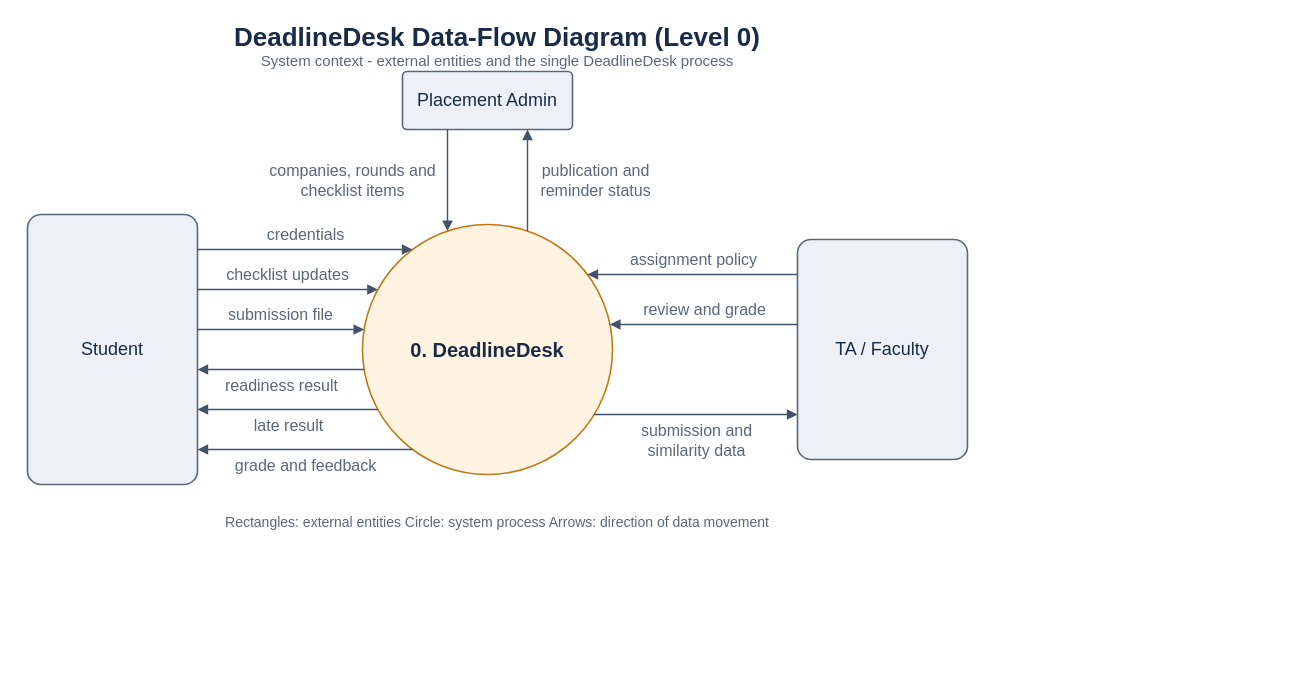
The draw.io diagram project-proposal/figures/dfd-level-0.drawio in aryanorastar/ucs503p-202627-deadlinedesk, before the edit. Source tidied: cells renumbered, new cells numbered last; positions are measured from the earlier drawing's top-left corner, leaving out a move shared by most shapes. Both pictures are drawn from the tidied source at 100%, with x=0, y=0 at pixel (27, 21).
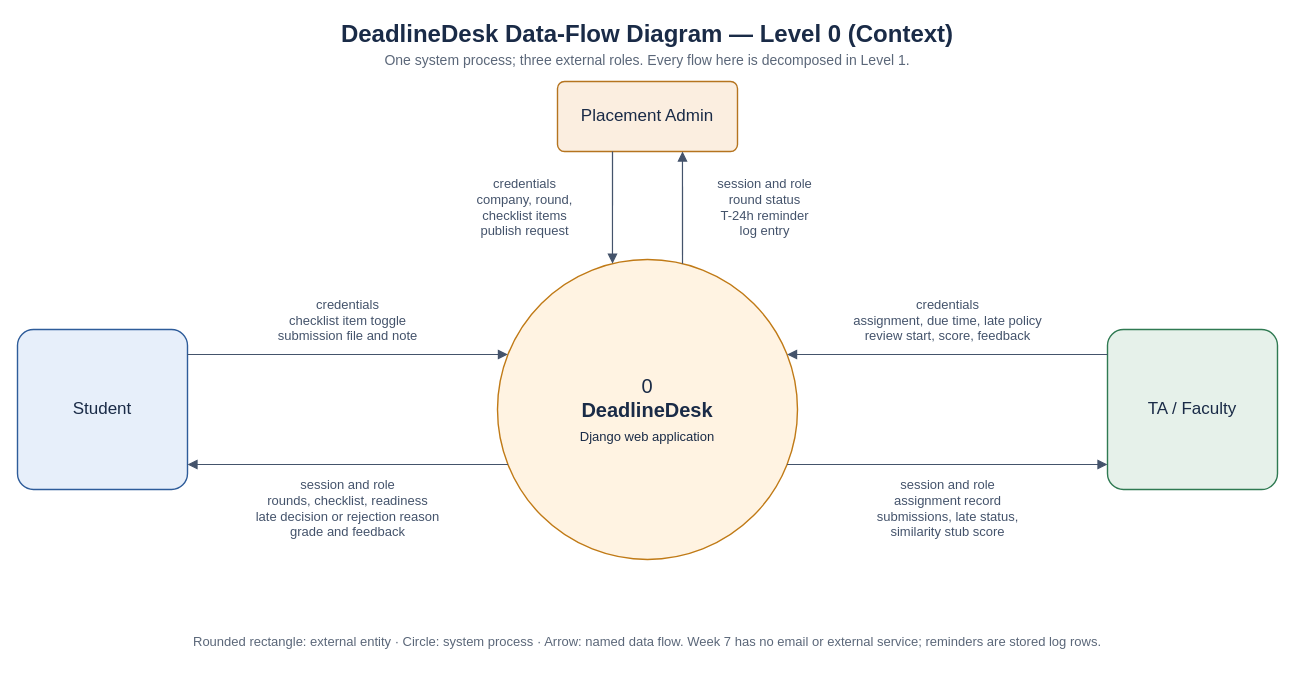
Above is the later version.

The edit, as a diff of the source:
```diff
@@
-    <mxCell id="2" value="DeadlineDesk Data-Flow Diagram (Level 0)" style="text;html=1;whiteSpace=wrap;strokeColor=none;fillColor=none;fontColor=#1A2B47;fontSize=26;fontStyle=1;fontFamily=Helvetica;align=center;verticalAlign=middle;" parent="1" vertex="1">
-      <mxGeometry x="170" width="600" height="32" as="geometry" />
+    <mxCell id="2" value="DeadlineDesk Data-Flow Diagram — Level 0 (Context)" style="text;html=1;whiteSpace=wrap;align=center;verticalAlign=middle;fontFamily=Helvetica;fontSize=24;fontColor=#1A2B47;fontStyle=1;" parent="1" vertex="1">
+      <mxGeometry x="220" y="-4" width="800" height="34" as="geometry" />
     </mxCell>
-    <mxCell id="3" value="System context - external entities and the single DeadlineDesk process" style="text;html=1;whiteSpace=wrap;strokeColor=none;fillColor=none;fontColor=#5B6779;fontSize=15;fontStyle=0;fontFamily=Helvetica;align=center;verticalAlign=middle;" parent="1" vertex="1">
-      <mxGeometry x="120" y="28" width="700" height="22" as="geometry" />
-    </mxCell>
-    <mxCell id="4" value="Placement Admin" style="rounded=1;whiteSpace=wrap;html=1;arcSize=8;fillColor=#EDF1F7;strokeColor=#5B6779;strokeWidth=1.6;fontColor=#1A2B47;fontSize=18;fontStyle=0;fontFamily=Helvetica;verticalAlign=middle;align=center;" parent="1" vertex="1">
-      <mxGeometry x="375" y="50" width="170" height="58" as="geometry" />
-    </mxCell>
+    <mxCell id="31" value="One system process; three external roles. Every flow here is decomposed in Level 1." style="text;html=1;whiteSpace=wrap;align=center;verticalAlign=middle;fontFamily=Helvetica;fontSize=14;fontColor=#5B6779;" parent="1" vertex="1">
+      <mxGeometry x="220" y="28" width="800" height="22" as="geometry" />
+    </mxCell>
+    <mxCell id="32" value="0&lt;br&gt;&lt;b&gt;DeadlineDesk&lt;/b&gt;&lt;br&gt;&lt;span style=&quot;font-size:13px&quot;&gt;Django web application&lt;/span&gt;" style="ellipse;whiteSpace=wrap;html=1;fillColor=#FFF3E2;strokeColor=#C07A16;strokeWidth=1.4;fontFamily=Helvetica;fontColor=#1A2B47;fontSize=20;" parent="1" vertex="1">
+      <mxGeometry x="470" y="238" width="300" height="300" as="geometry" />
+    </mxCell>
-    <mxCell id="5" value="Student" style="rounded=1;whiteSpace=wrap;html=1;arcSize=8;fillColor=#EDF1F7;strokeColor=#5B6779;strokeWidth=1.6;fontColor=#1A2B47;fontSize=18;fontStyle=0;fontFamily=Helvetica;verticalAlign=middle;align=center;" parent="1" vertex="1">
-      <mxGeometry y="193" width="170" height="270" as="geometry" />
+    <mxCell id="5" value="Student" style="rounded=1;arcSize=10;whiteSpace=wrap;html=1;fillColor=#E7EFFA;strokeColor=#2E5C9A;strokeWidth=1.4;fontFamily=Helvetica;fontColor=#1A2B47;fontSize=17;" parent="1" vertex="1">
+      <mxGeometry x="-10" y="308" width="170" height="160" as="geometry" />
     </mxCell>
-    <mxCell id="6" value="TA / Faculty" style="rounded=1;whiteSpace=wrap;html=1;arcSize=8;fillColor=#EDF1F7;strokeColor=#5B6779;strokeWidth=1.6;fontColor=#1A2B47;fontSize=18;fontStyle=0;fontFamily=Helvetica;verticalAlign=middle;align=center;" parent="1" vertex="1">
-      <mxGeometry x="770" y="218" width="170" height="220" as="geometry" />
+    <mxCell id="6" value="TA / Faculty" style="rounded=1;arcSize=10;whiteSpace=wrap;html=1;fillColor=#E6F1EA;strokeColor=#2F7A52;strokeWidth=1.4;fontFamily=Helvetica;fontColor=#1A2B47;fontSize=17;" parent="1" vertex="1">
+      <mxGeometry x="1080" y="308" width="170" height="160" as="geometry" />
     </mxCell>
-    <mxCell id="7" value="0. DeadlineDesk" style="ellipse;whiteSpace=wrap;html=1;fillColor=#FFF3E2;strokeColor=#C07A16;strokeWidth=1.6;fontColor=#1A2B47;fontSize=20;fontStyle=1;fontFamily=Helvetica;verticalAlign=middle;align=center;" parent="1" vertex="1">
-      <mxGeometry x="335" y="203" width="250" height="250" as="geometry" />
-    </mxCell>
+    <mxCell id="4" value="Placement Admin" style="rounded=1;arcSize=10;whiteSpace=wrap;html=1;fillColor=#FBEEE0;strokeColor=#B5741F;strokeWidth=1.4;fontFamily=Helvetica;fontColor=#1A2B47;fontSize=17;" parent="1" vertex="1">
+      <mxGeometry x="530" y="60" width="180" height="70" as="geometry" />
+    </mxCell>
+    <mxCell id="33" value="credentials&lt;br&gt;checklist item toggle&lt;br&gt;submission file and note" style="html=1;endArrow=block;endFill=1;endSize=7;strokeColor=#44536B;strokeWidth=1.2;fontFamily=Helvetica;fontSize=13;fontColor=#44536B;labelBackgroundColor=#FFFFFF;entryPerimeter=0;exitPerimeter=0;exitX=1;exitY=0.1562;exitDx=0;exitDy=0;entryX=0.0348;entryY=0.3167;entryDx=0;entryDy=0;" parent="1" edge="1" source="5" target="32">
+      <mxGeometry y="34" relative="1" as="geometry" />
+    </mxCell>
+    <mxCell id="34" value="session and role&lt;br&gt;rounds, checklist, readiness&lt;br&gt;late decision or rejection reason&lt;br&gt;grade and feedback" style="html=1;endArrow=block;endFill=1;endSize=7;strokeColor=#44536B;strokeWidth=1.2;fontFamily=Helvetica;fontSize=13;fontColor=#44536B;labelBackgroundColor=#FFFFFF;entryPerimeter=0;exitPerimeter=0;exitX=0.0348;exitY=0.6833;exitDx=0;exitDy=0;entryX=1;entryY=0.8438;entryDx=0;entryDy=0;" parent="1" edge="1" source="32" target="5">
+      <mxGeometry y="44" relative="1" as="geometry" />
+    </mxCell>
+    <mxCell id="35" value="credentials&lt;br&gt;assignment, due time, late policy&lt;br&gt;review start, score, feedback" style="html=1;endArrow=block;endFill=1;endSize=7;strokeColor=#44536B;strokeWidth=1.2;fontFamily=Helvetica;fontSize=13;fontColor=#44536B;labelBackgroundColor=#FFFFFF;entryPerimeter=0;exitPerimeter=0;exitX=0;exitY=0.1562;exitDx=0;exitDy=0;entryX=0.9652;entryY=0.3167;entryDx=0;entryDy=0;" parent="1" edge="1" source="6" target="32">
+      <mxGeometry y="-34" relative="1" as="geometry" />
+    </mxCell>
+    <mxCell id="36" value="session and role&lt;br&gt;assignment record&lt;br&gt;submissions, late status,&lt;br&gt;similarity stub score" style="html=1;endArrow=block;endFill=1;endSize=7;strokeColor=#44536B;strokeWidth=1.2;fontFamily=Helvetica;fontSize=13;fontColor=#44536B;labelBackgroundColor=#FFFFFF;entryPerimeter=0;exitPerimeter=0;exitX=0.9652;exitY=0.6833;exitDx=0;exitDy=0;entryX=0;entryY=0.8438;entryDx=0;entryDy=0;" parent="1" edge="1" source="32" target="6">
+      <mxGeometry y="-44" relative="1" as="geometry" />
+    </mxCell>
+    <mxCell id="37" value="credentials&lt;br&gt;company, round,&lt;br&gt;checklist items&lt;br&gt;publish request" style="html=1;endArrow=block;endFill=1;endSize=7;strokeColor=#44536B;strokeWidth=1.2;fontFamily=Helvetica;fontSize=13;fontColor=#44536B;labelBackgroundColor=#FFFFFF;entryPerimeter=0;exitPerimeter=0;exitX=0.3056;exitY=1;exitDx=0;exitDy=0;entryX=0.3833;entryY=0.0138;entryDx=0;entryDy=0;" parent="1" edge="1" source="4" target="32">
+      <mxGeometry y="-88" relative="1" as="geometry" />
+    </mxCell>
+    <mxCell id="38" value="session and role&lt;br&gt;round status&lt;br&gt;T-24h reminder&lt;br&gt;log entry" style="html=1;endArrow=block;endFill=1;endSize=7;strokeColor=#44536B;strokeWidth=1.2;fontFamily=Helvetica;fontSize=13;fontColor=#44536B;labelBackgroundColor=#FFFFFF;entryPerimeter=0;exitPerimeter=0;exitX=0.6167;exitY=0.0138;exitDx=0;exitDy=0;entryX=0.6944;entryY=1;entryDx=0;entryDy=0;" parent="1" edge="1" source="32" target="4">
+      <mxGeometry y="-82" relative="1" as="geometry" />
+    </mxCell>
-    <mxCell id="8" value="Rectangles: external entities      Circle: system process      Arrows: direction of data movement" style="text;html=1;whiteSpace=wrap;strokeColor=none;fillColor=none;fontColor=#5B6779;fontSize=14;fontStyle=0;fontFamily=Helvetica;align=center;verticalAlign=middle;" parent="1" vertex="1">
-      <mxGeometry x="70" y="490" width="800" height="22" as="geometry" />
+    <mxCell id="8" value="Rounded rectangle: external entity · Circle: system process · Arrow: named data flow. Week 7 has no email or external service; reminders are stored log rows." style="text;html=1;whiteSpace=wrap;align=center;verticalAlign=middle;fontFamily=Helvetica;fontSize=13;fontColor=#5B6779;" parent="1" vertex="1">
+      <mxGeometry x="30" y="598" width="1180" height="44" as="geometry" />
     </mxCell>
-    <mxCell id="9" style="edgeStyle=none;rounded=0;html=1;exitX=1.0000;exitY=0.1296;exitDx=0;exitDy=0;exitPerimeter=0;entryX=0.2000;entryY=0.1000;entryDx=0;entryDy=0;entryPerimeter=0;strokeColor=#44536B;strokeWidth=1.4;endArrow=block;endFill=1;endSize=7;startArrow=none;fontColor=#5B6779;fontSize=16;fontFamily=Helvetica;" parent="1" edge="1" source="5" target="7">
-      <mxGeometry relative="1" as="geometry" />
-    </mxCell>
-    <mxCell id="10" value="credentials" style="edgeLabel;html=1;align=center;verticalAlign=middle;fontColor=#5B6779;fontSize=16;fontFamily=Helvetica;labelBackgroundColor=#FFFFFF;" parent="9" vertex="1">
-      <mxGeometry relative="1" as="geometry">
-        <mxPoint y="-15.2" as="offset" />
-      </mxGeometry>
-    </mxCell>
-    <mxCell id="11" style="edgeStyle=none;rounded=0;html=1;exitX=1.0000;exitY=0.2778;exitDx=0;exitDy=0;exitPerimeter=0;entryX=0.0614;entryY=0.2600;entryDx=0;entryDy=0;entryPerimeter=0;strokeColor=#44536B;strokeWidth=1.4;endArrow=block;endFill=1;endSize=7;startArrow=none;fontColor=#5B6779;fontSize=16;fontFamily=Helvetica;" parent="1" edge="1" source="5" target="7">
-      <mxGeometry relative="1" as="geometry" />
-    </mxCell>
-    <mxCell id="12" value="checklist updates" style="edgeLabel;html=1;align=center;verticalAlign=middle;fontColor=#5B6779;fontSize=16;fontFamily=Helvetica;labelBackgroundColor=#FFFFFF;" parent="11" vertex="1">
-      <mxGeometry relative="1" as="geometry">
-        <mxPoint y="-15.2" as="offset" />
-      </mxGeometry>
-    </mxCell>
-    <mxCell id="13" style="edgeStyle=none;rounded=0;html=1;exitX=1.0000;exitY=0.4259;exitDx=0;exitDy=0;exitPerimeter=0;entryX=0.0064;entryY=0.4200;entryDx=0;entryDy=0;entryPerimeter=0;strokeColor=#44536B;strokeWidth=1.4;endArrow=block;endFill=1;endSize=7;startArrow=none;fontColor=#5B6779;fontSize=16;fontFamily=Helvetica;" parent="1" edge="1" source="5" target="7">
-      <mxGeometry relative="1" as="geometry" />
-    </mxCell>
-    <mxCell id="14" value="submission file" style="edgeLabel;html=1;align=center;verticalAlign=middle;fontColor=#5B6779;fontSize=16;fontFamily=Helvetica;labelBackgroundColor=#FFFFFF;" parent="13" vertex="1">
-      <mxGeometry relative="1" as="geometry">
-        <mxPoint y="-15.2" as="offset" />
-      </mxGeometry>
-    </mxCell>
-    <mxCell id="15" style="edgeStyle=none;rounded=0;html=1;exitX=0.0064;exitY=0.5800;exitDx=0;exitDy=0;exitPerimeter=0;entryX=1.0000;entryY=0.5741;entryDx=0;entryDy=0;entryPerimeter=0;strokeColor=#44536B;strokeWidth=1.4;endArrow=block;endFill=1;endSize=7;startArrow=none;fontColor=#5B6779;fontSize=16;fontFamily=Helvetica;" parent="1" edge="1" source="7" target="5">
-      <mxGeometry relative="1" as="geometry" />
-    </mxCell>
-    <mxCell id="16" value="readiness result" style="edgeLabel;html=1;align=center;verticalAlign=middle;fontColor=#5B6779;fontSize=16;fontFamily=Helvetica;labelBackgroundColor=#FFFFFF;" parent="15" vertex="1">
-      <mxGeometry relative="1" as="geometry">
-        <mxPoint y="15.2" as="offset" />
-      </mxGeometry>
-    </mxCell>
-    <mxCell id="17" style="edgeStyle=none;rounded=0;html=1;exitX=0.0614;exitY=0.7400;exitDx=0;exitDy=0;exitPerimeter=0;entryX=1.0000;entryY=0.7222;entryDx=0;entryDy=0;entryPerimeter=0;strokeColor=#44536B;strokeWidth=1.4;endArrow=block;endFill=1;endSize=7;startArrow=none;fontColor=#5B6779;fontSize=16;fontFamily=Helvetica;" parent="1" edge="1" source="7" target="5">
-      <mxGeometry relative="1" as="geometry" />
-    </mxCell>
-    <mxCell id="18" value="late result" style="edgeLabel;html=1;align=center;verticalAlign=middle;fontColor=#5B6779;fontSize=16;fontFamily=Helvetica;labelBackgroundColor=#FFFFFF;" parent="17" vertex="1">
-      <mxGeometry relative="1" as="geometry">
-        <mxPoint y="15.2" as="offset" />
-      </mxGeometry>
-    </mxCell>
-    <mxCell id="19" style="edgeStyle=none;rounded=0;html=1;exitX=0.2000;exitY=0.9000;exitDx=0;exitDy=0;exitPerimeter=0;entryX=1.0000;entryY=0.8704;entryDx=0;entryDy=0;entryPerimeter=0;strokeColor=#44536B;strokeWidth=1.4;endArrow=block;endFill=1;endSize=7;startArrow=none;fontColor=#5B6779;fontSize=16;fontFamily=Helvetica;" parent="1" edge="1" source="7" target="5">
-      <mxGeometry relative="1" as="geometry" />
-    </mxCell>
-    <mxCell id="20" value="grade and feedback" style="edgeLabel;html=1;align=center;verticalAlign=middle;fontColor=#5B6779;fontSize=16;fontFamily=Helvetica;labelBackgroundColor=#FFFFFF;" parent="19" vertex="1">
-      <mxGeometry relative="1" as="geometry">
-        <mxPoint y="15.2" as="offset" />
-      </mxGeometry>
-    </mxCell>
-    <mxCell id="21" style="edgeStyle=none;rounded=0;html=1;exitX=0.0000;exitY=0.1591;exitDx=0;exitDy=0;exitPerimeter=0;entryX=0.9000;entryY=0.2000;entryDx=0;entryDy=0;entryPerimeter=0;strokeColor=#44536B;strokeWidth=1.4;endArrow=block;endFill=1;endSize=7;startArrow=none;fontColor=#5B6779;fontSize=16;fontFamily=Helvetica;" parent="1" edge="1" source="6" target="7">
-      <mxGeometry relative="1" as="geometry" />
-    </mxCell>
-    <mxCell id="22" value="assignment policy" style="edgeLabel;html=1;align=center;verticalAlign=middle;fontColor=#5B6779;fontSize=16;fontFamily=Helvetica;labelBackgroundColor=#FFFFFF;" parent="21" vertex="1">
-      <mxGeometry relative="1" as="geometry">
-        <mxPoint y="-15.2" as="offset" />
-      </mxGeometry>
-    </mxCell>
-    <mxCell id="23" style="edgeStyle=none;rounded=0;html=1;exitX=0.0000;exitY=0.3864;exitDx=0;exitDy=0;exitPerimeter=0;entryX=0.9899;entryY=0.4000;entryDx=0;entryDy=0;entryPerimeter=0;strokeColor=#44536B;strokeWidth=1.4;endArrow=block;endFill=1;endSize=7;startArrow=none;fontColor=#5B6779;fontSize=16;fontFamily=Helvetica;" parent="1" edge="1" source="6" target="7">
-      <mxGeometry relative="1" as="geometry" />
-    </mxCell>
-    <mxCell id="24" value="review and grade" style="edgeLabel;html=1;align=center;verticalAlign=middle;fontColor=#5B6779;fontSize=16;fontFamily=Helvetica;labelBackgroundColor=#FFFFFF;" parent="23" vertex="1">
-      <mxGeometry relative="1" as="geometry">
-        <mxPoint y="-15.2" as="offset" />
-      </mxGeometry>
-    </mxCell>
-    <mxCell id="25" style="edgeStyle=none;rounded=0;html=1;exitX=0.9271;exitY=0.7600;exitDx=0;exitDy=0;exitPerimeter=0;entryX=0.0000;entryY=0.7955;entryDx=0;entryDy=0;entryPerimeter=0;strokeColor=#44536B;strokeWidth=1.4;endArrow=block;endFill=1;endSize=7;startArrow=none;fontColor=#5B6779;fontSize=16;fontFamily=Helvetica;" parent="1" edge="1" source="7" target="6">
-      <mxGeometry relative="1" as="geometry" />
-    </mxCell>
-    <mxCell id="26" value="submission and&lt;br&gt;similarity data" style="edgeLabel;html=1;align=center;verticalAlign=middle;fontColor=#5B6779;fontSize=16;fontFamily=Helvetica;labelBackgroundColor=#FFFFFF;" parent="25" vertex="1">
-      <mxGeometry relative="1" as="geometry">
-        <mxPoint y="25.5" as="offset" />
-      </mxGeometry>
-    </mxCell>
-    <mxCell id="27" style="edgeStyle=none;rounded=0;html=1;exitX=0.2647;exitY=1.0000;exitDx=0;exitDy=0;exitPerimeter=0;entryX=0.3400;entryY=0.0263;entryDx=0;entryDy=0;entryPerimeter=0;strokeColor=#44536B;strokeWidth=1.4;endArrow=block;endFill=1;endSize=7;startArrow=none;fontColor=#5B6779;fontSize=16;fontFamily=Helvetica;" parent="1" edge="1" source="4" target="7">
-      <mxGeometry relative="1" as="geometry" />
-    </mxCell>
-    <mxCell id="28" value="companies, rounds and&lt;br&gt;checklist items" style="edgeLabel;html=1;align=center;verticalAlign=middle;fontColor=#5B6779;fontSize=16;fontFamily=Helvetica;labelBackgroundColor=#FFFFFF;" parent="27" vertex="1">
-      <mxGeometry relative="1" as="geometry">
-        <mxPoint x="-95.2" as="offset" />
-      </mxGeometry>
-    </mxCell>
-    <mxCell id="29" style="edgeStyle=none;rounded=0;html=1;exitX=0.6600;exitY=0.0263;exitDx=0;exitDy=0;exitPerimeter=0;entryX=0.7353;entryY=1.0000;entryDx=0;entryDy=0;entryPerimeter=0;strokeColor=#44536B;strokeWidth=1.4;endArrow=block;endFill=1;endSize=7;startArrow=none;fontColor=#5B6779;fontSize=16;fontFamily=Helvetica;" parent="1" edge="1" source="7" target="4">
-      <mxGeometry relative="1" as="geometry" />
-    </mxCell>
-    <mxCell id="30" value="publication and&lt;br&gt;reminder status" style="edgeLabel;html=1;align=center;verticalAlign=middle;fontColor=#5B6779;fontSize=16;fontFamily=Helvetica;labelBackgroundColor=#FFFFFF;" parent="29" vertex="1">
-      <mxGeometry relative="1" as="geometry">
-        <mxPoint x="67.1" as="offset" />
-      </mxGeometry>
-    </mxCell>
```
